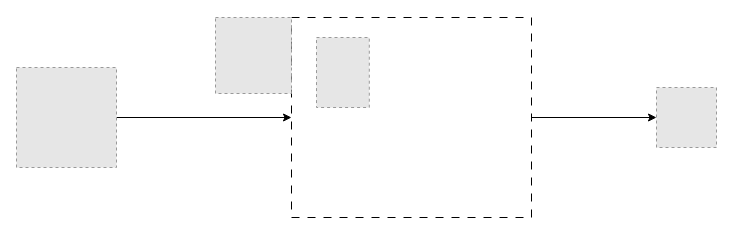
This is DBSQL.drawio from Pedro-gabriel/Lanlinkwebsite, a draw.io file, before an edit. Source tidied: cells renumbered, new cells numbered last; positions are measured from the earlier drawing's top-left corner, leaving out a move shared by most shapes. Both pictures are drawn from the tidied source at 100%, with x=0, y=0 at pixel (16, 17). Pictures stored in the file or linked from it are replaced by grey dashed boxes.
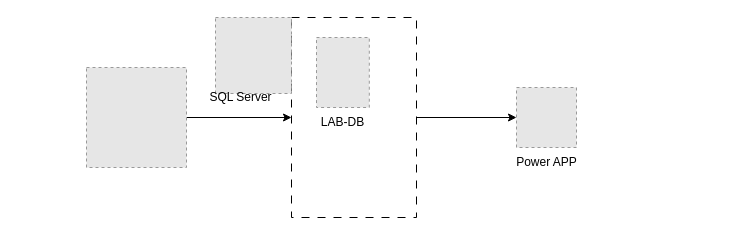
Above is the later version.

Change to the diagram source:
```diff
@@
 <mxGraphModel>
   <root>
     <mxCell id="0" />
     <mxCell id="1" parent="0" />
     <mxCell id="2" style="edgeStyle=orthogonalEdgeStyle;rounded=0;jettySize=auto;html=1;entryX=0;entryY=0.5;entryDx=0;entryDy=0;" parent="1" edge="1" source="3" target="6">
       <mxGeometry relative="1" as="geometry" />
     </mxCell>
     <mxCell id="3" style="rounded=0;whiteSpace=wrap;html=1;dashed=1;dashPattern=8 8;" parent="1" vertex="1">
-      <mxGeometry x="275" width="240" height="200" as="geometry" />
+      <mxGeometry x="275" width="125" height="200" as="geometry" />
     </mxCell>
     <mxCell id="4" style="fillColor=#E6E6E6;strokeColor=#999999;dashed=1;verticalLabelPosition=bottom;labelBackgroundColor=#ffffff;verticalAlign=top;" parent="1" vertex="1">
       <mxGeometry x="300" y="20" width="52.8" height="70" as="geometry" />
     </mxCell>
     <mxCell id="5" style="fillColor=#E6E6E6;strokeColor=#999999;dashed=1;verticalLabelPosition=bottom;verticalAlign=top;" parent="1" vertex="1">
       <mxGeometry x="199" width="76" height="76" as="geometry" />
     </mxCell>
     <mxCell id="6" style="fillColor=#E6E6E6;strokeColor=#999999;dashed=1;verticalLabelPosition=bottom;verticalAlign=top;" parent="1" vertex="1">
-      <mxGeometry x="640" y="70" width="60" height="60" as="geometry" />
+      <mxGeometry x="500" y="70" width="60" height="60" as="geometry" />
     </mxCell>
     <mxCell id="7" style="edgeStyle=orthogonalEdgeStyle;rounded=0;jettySize=auto;html=1;entryX=0;entryY=0.5;entryDx=0;entryDy=0;" parent="1" edge="1" source="8" target="3">
       <mxGeometry relative="1" as="geometry" />
     </mxCell>
     <mxCell id="8" style="fillColor=#E6E6E6;strokeColor=#999999;dashed=1;verticalLabelPosition=bottom;labelBackgroundColor=default;verticalAlign=top;" parent="1" vertex="1">
-      <mxGeometry y="50" width="100" height="100" as="geometry" />
+      <mxGeometry x="70" y="50" width="100" height="100" as="geometry" />
     </mxCell>
+    <mxCell id="9" value="SQL Server" style="text;html=1;align=center;verticalAlign=middle;strokeColor=none;fillColor=none;" parent="1" vertex="1">
+      <mxGeometry x="179" y="65" width="90" height="30" as="geometry" />
+    </mxCell>
+    <mxCell id="10" value="LAB-DB" style="text;html=1;align=center;verticalAlign=middle;strokeColor=none;fillColor=none;" parent="1" vertex="1">
+      <mxGeometry x="291.4" y="90" width="70" height="30" as="geometry" />
+    </mxCell>
+    <mxCell id="11" value="Power APP" style="text;html=1;align=center;verticalAlign=middle;strokeColor=none;fillColor=none;" parent="1" vertex="1">
+      <mxGeometry x="490" y="130" width="80" height="30" as="geometry" />
+    </mxCell>
   </root>
 </mxGraphModel>
```
